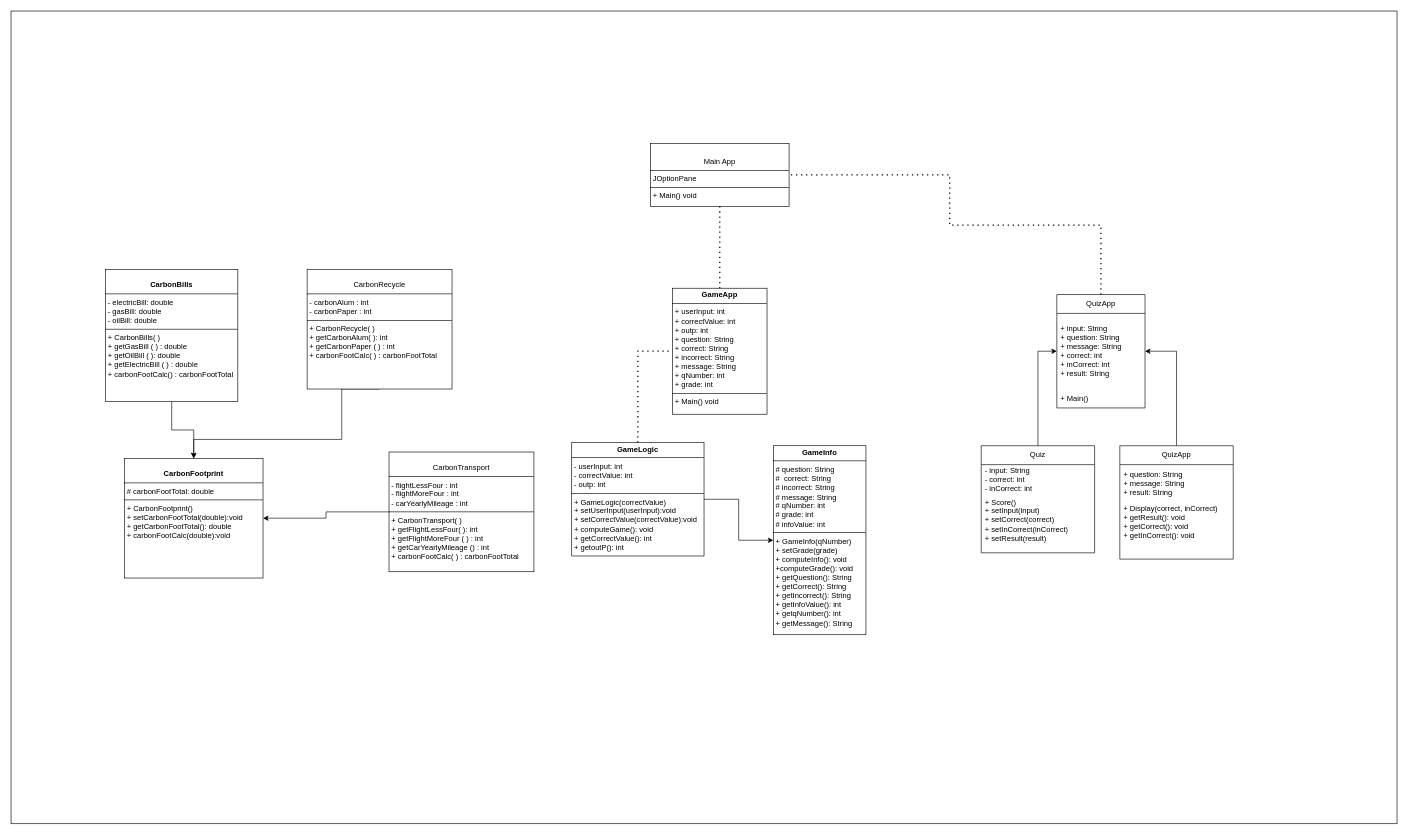
Before: ClassDiagram.drawio in JordanTheCodeless/OOP_SDG_CA, a draw.io diagram. Source tidied: cells renumbered, new cells numbered last; positions are measured from the earlier drawing's top-left corner, leaving out a move shared by most shapes. Both pictures are drawn from the tidied source at 63%, with x=0, y=0 at pixel (11, 11).
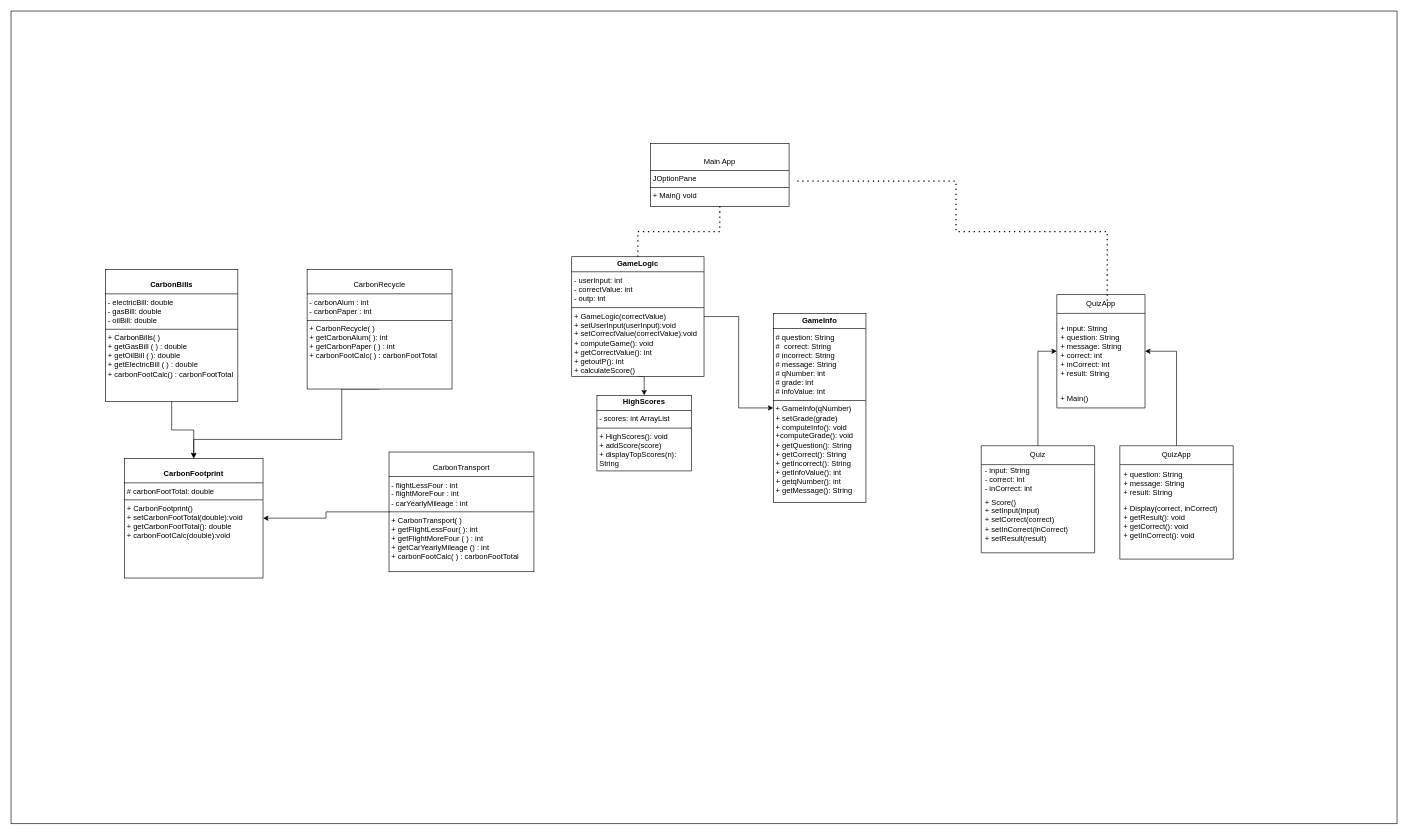
After the change.

Commit message:
Added third class to game

The change refers to these unchanged cells:
```xml
<mxCell id="11" value="&lt;div&gt;QuizApp&lt;/div&gt;" style="swimlane;fontStyle=0;horizontal=1;startSize=30;whiteSpace=wrap;html=1;" parent="1" vertex="1">
  <mxGeometry x="1660" y="450" width="140" height="180" as="geometry" />
</mxCell>
<mxCell id="24" value="&lt;p style=&quot;margin:0px;margin-top:4px;text-align:center;&quot;&gt;&lt;br&gt;&lt;/p&gt;&lt;p style=&quot;margin:0px;margin-top:4px;text-align:center;&quot;&gt;Main App&lt;/p&gt;&lt;hr size=&quot;1&quot; style=&quot;border-style:solid;&quot;&gt;&lt;p style=&quot;margin:0px;margin-left:4px;&quot;&gt;JOptionPane&lt;/p&gt;&lt;hr size=&quot;1&quot; style=&quot;border-style:solid;&quot;&gt;&lt;p style=&quot;margin:0px;margin-left:4px;&quot;&gt;+ Main() void&lt;/p&gt;" style="verticalAlign=top;align=left;overflow=fill;html=1;whiteSpace=wrap;" parent="1" vertex="1">
  <mxGeometry x="1015" y="210" width="220" height="100" as="geometry" />
</mxCell>
```

The edit, as a diff of the source:
```diff
@@
-    <mxCell id="6" value="&lt;p style=&quot;margin:0px;margin-top:4px;text-align:center;&quot;&gt;&lt;b&gt;GameApp&lt;/b&gt;&lt;/p&gt;&lt;hr size=&quot;1&quot; style=&quot;border-style:solid;&quot;&gt;&lt;p style=&quot;margin:0px;margin-left:4px;&quot;&gt;+ userInput: int&lt;/p&gt;&lt;p style=&quot;margin:0px;margin-left:4px;&quot;&gt;+ correctValue: int&lt;/p&gt;&lt;p style=&quot;margin:0px;margin-left:4px;&quot;&gt;+ outp: int&lt;/p&gt;&lt;p style=&quot;margin:0px;margin-left:4px;&quot;&gt;+ question: String&amp;nbsp;&lt;/p&gt;&lt;p style=&quot;margin:0px;margin-left:4px;&quot;&gt;+ correct: String&amp;nbsp;&lt;/p&gt;&lt;p style=&quot;margin:0px;margin-left:4px;&quot;&gt;+ incorrect: String&lt;/p&gt;&lt;p style=&quot;margin:0px;margin-left:4px;&quot;&gt;+ message: String&lt;/p&gt;&lt;p style=&quot;margin:0px;margin-left:4px;&quot;&gt;+ qNumber: int&lt;/p&gt;&lt;p style=&quot;margin:0px;margin-left:4px;&quot;&gt;+ grade: int&lt;/p&gt;&lt;hr size=&quot;1&quot; style=&quot;border-style:solid;&quot;&gt;&lt;p style=&quot;margin:0px;margin-left:4px;&quot;&gt;+ Main() void&lt;/p&gt;" style="verticalAlign=top;align=left;overflow=fill;html=1;whiteSpace=wrap;" parent="1" vertex="1">
-      <mxGeometry x="1050" y="440" width="150" height="200" as="geometry" />
+    <mxCell id="6" value="&lt;p style=&quot;margin:0px;margin-top:4px;text-align:center;&quot;&gt;&lt;b&gt;HighScores&lt;/b&gt;&lt;/p&gt;&lt;hr size=&quot;1&quot; style=&quot;border-style:solid;&quot;&gt;&lt;p style=&quot;margin:0px;margin-left:4px;&quot;&gt;- scores: int ArrayList&amp;nbsp;&lt;/p&gt;&lt;hr size=&quot;1&quot; style=&quot;border-style:solid;&quot;&gt;&lt;p style=&quot;margin:0px;margin-left:4px;&quot;&gt;+ HighScores(): void&lt;/p&gt;&lt;p style=&quot;margin:0px;margin-left:4px;&quot;&gt;+ addScore(score)&lt;/p&gt;&lt;p style=&quot;margin:0px;margin-left:4px;&quot;&gt;+ displayTopScores(n): String&lt;/p&gt;" style="verticalAlign=top;align=left;overflow=fill;html=1;whiteSpace=wrap;" parent="1" vertex="1">
+      <mxGeometry x="930" y="610" width="150" height="120" as="geometry" />
     </mxCell>
@@
+    <mxCell id="26" style="edgeStyle=orthogonalEdgeStyle;rounded=0;jettySize=auto;html=1;exitX=0.5;exitY=1;exitDx=0;exitDy=0;entryX=0.5;entryY=0;entryDx=0;entryDy=0;" parent="1" edge="1" source="8" target="6">
+      <mxGeometry relative="1" as="geometry" />
+    </mxCell>
-    <mxCell id="8" value="&lt;p style=&quot;margin:0px;margin-top:4px;text-align:center;&quot;&gt;&lt;b&gt;GameLogic&lt;/b&gt;&lt;/p&gt;&lt;hr size=&quot;1&quot; style=&quot;border-style:solid;&quot;&gt;&lt;p style=&quot;margin: 0px 0px 0px 4px;&quot;&gt;- userInput: int&lt;/p&gt;&lt;p style=&quot;margin: 0px 0px 0px 4px;&quot;&gt;- correctValue: int&lt;/p&gt;&lt;p style=&quot;margin: 0px 0px 0px 4px;&quot;&gt;- outp: int&lt;/p&gt;&lt;hr size=&quot;1&quot; style=&quot;border-style:solid;&quot;&gt;&lt;p style=&quot;margin:0px;margin-left:4px;&quot;&gt;+ GameLogic(correctValue)&lt;/p&gt;&lt;p style=&quot;margin:0px;margin-left:4px;&quot;&gt;+ setUserInput(userInput):void&lt;/p&gt;&lt;p style=&quot;margin:0px;margin-left:4px;&quot;&gt;+ setCorrectValue(correctValue):void&lt;/p&gt;&lt;p style=&quot;margin:0px;margin-left:4px;&quot;&gt;+ computeGame(): void&lt;/p&gt;&lt;p style=&quot;margin:0px;margin-left:4px;&quot;&gt;+ getCorrectValue(): int&lt;/p&gt;&lt;p style=&quot;margin:0px;margin-left:4px;&quot;&gt;+ getoutP(): int&lt;/p&gt;" style="verticalAlign=top;align=left;overflow=fill;html=1;whiteSpace=wrap;" parent="1" vertex="1">
-      <mxGeometry x="890" y="685" width="210" height="180" as="geometry" />
+    <mxCell id="8" value="&lt;p style=&quot;margin:0px;margin-top:4px;text-align:center;&quot;&gt;&lt;b&gt;GameLogic&lt;/b&gt;&lt;/p&gt;&lt;hr size=&quot;1&quot; style=&quot;border-style:solid;&quot;&gt;&lt;p style=&quot;margin: 0px 0px 0px 4px;&quot;&gt;- userInput: int&lt;/p&gt;&lt;p style=&quot;margin: 0px 0px 0px 4px;&quot;&gt;- correctValue: int&lt;/p&gt;&lt;p style=&quot;margin: 0px 0px 0px 4px;&quot;&gt;- outp: int&lt;/p&gt;&lt;hr size=&quot;1&quot; style=&quot;border-style:solid;&quot;&gt;&lt;p style=&quot;margin:0px;margin-left:4px;&quot;&gt;+ GameLogic(correctValue)&lt;/p&gt;&lt;p style=&quot;margin:0px;margin-left:4px;&quot;&gt;+ setUserInput(userInput):void&lt;/p&gt;&lt;p style=&quot;margin:0px;margin-left:4px;&quot;&gt;+ setCorrectValue(correctValue):void&lt;/p&gt;&lt;p style=&quot;margin:0px;margin-left:4px;&quot;&gt;+ computeGame(): void&lt;/p&gt;&lt;p style=&quot;margin:0px;margin-left:4px;&quot;&gt;+ getCorrectValue(): int&lt;/p&gt;&lt;p style=&quot;margin:0px;margin-left:4px;&quot;&gt;+ getoutP(): int&lt;/p&gt;&lt;p style=&quot;margin:0px;margin-left:4px;&quot;&gt;+ calculateScore()&lt;/p&gt;" style="verticalAlign=top;align=left;overflow=fill;html=1;whiteSpace=wrap;" parent="1" vertex="1">
+      <mxGeometry x="890" y="390" width="210" height="190" as="geometry" />
     </mxCell>
@@
     <mxCell id="10" value="&lt;p style=&quot;margin:0px;margin-top:4px;text-align:center;&quot;&gt;&lt;b&gt;GameInfo&lt;/b&gt;&lt;/p&gt;&lt;hr size=&quot;1&quot; style=&quot;border-style:solid;&quot;&gt;&lt;p style=&quot;margin:0px;margin-left:4px;&quot;&gt;&lt;span style=&quot;background-color: initial;&quot;&gt;# question: String&amp;nbsp;&lt;/span&gt;&lt;br&gt;&lt;/p&gt;&lt;p style=&quot;margin:0px;margin-left:4px;&quot;&gt;#&amp;nbsp; correct: String&amp;nbsp;&lt;/p&gt;&lt;p style=&quot;margin:0px;margin-left:4px;&quot;&gt;# incorrect: String&lt;/p&gt;&lt;p style=&quot;margin:0px;margin-left:4px;&quot;&gt;# message: String&lt;/p&gt;&lt;p style=&quot;margin:0px;margin-left:4px;&quot;&gt;&lt;span style=&quot;background-color: initial;&quot;&gt;# qNumber: int&lt;/span&gt;&lt;/p&gt;&lt;p style=&quot;margin:0px;margin-left:4px;&quot;&gt;# grade: int&lt;/p&gt;&lt;p style=&quot;margin:0px;margin-left:4px;&quot;&gt;# infoValue: int&lt;/p&gt;&lt;hr size=&quot;1&quot; style=&quot;border-style:solid;&quot;&gt;&lt;p style=&quot;margin:0px;margin-left:4px;&quot;&gt;+ GameInfo(qNumber)&lt;/p&gt;&lt;p style=&quot;margin:0px;margin-left:4px;&quot;&gt;+ setGrade(grade)&lt;/p&gt;&lt;p style=&quot;margin:0px;margin-left:4px;&quot;&gt;+ computeInfo(): void&lt;/p&gt;&lt;p style=&quot;margin:0px;margin-left:4px;&quot;&gt;+computeGrade(): void&lt;/p&gt;&lt;p style=&quot;margin:0px;margin-left:4px;&quot;&gt;+ getQuestion(): String&lt;/p&gt;&lt;p style=&quot;margin:0px;margin-left:4px;&quot;&gt;+ getCorrect(): String&lt;/p&gt;&lt;p style=&quot;margin:0px;margin-left:4px;&quot;&gt;+ getIncorrect(): String&lt;/p&gt;&lt;p style=&quot;margin:0px;margin-left:4px;&quot;&gt;+ getInfoValue(): int&lt;/p&gt;&lt;p style=&quot;margin:0px;margin-left:4px;&quot;&gt;+ getqNumber(): int&lt;/p&gt;&lt;p style=&quot;margin:0px;margin-left:4px;&quot;&gt;+ getMessage(): String&lt;/p&gt;" style="verticalAlign=top;align=left;overflow=fill;html=1;whiteSpace=wrap;" parent="1" vertex="1">
-      <mxGeometry x="1210" y="690" width="147" height="300" as="geometry" />
+      <mxGeometry x="1210" y="480" width="147" height="300" as="geometry" />
     </mxCell>
@@
-    <mxCell id="25" style="endArrow=none;dashed=1;html=1;dashPattern=1 3;strokeWidth=2;rounded=0;entryX=0.5;entryY=1;entryDx=0;entryDy=0;exitX=0.5;exitY=0;exitDx=0;exitDy=0;edgeStyle=orthogonalEdgeStyle;" parent="1" edge="1" source="6" target="24">
-      <mxGeometry relative="1" as="geometry">
-        <Array as="points">
-          <mxPoint x="1125" y="400" />
-          <mxPoint x="1125" y="400" />
-        </Array>
-      </mxGeometry>
-    </mxCell>
-    <mxCell id="26" style="endArrow=none;dashed=1;html=1;dashPattern=1 3;strokeWidth=2;rounded=0;entryX=0;entryY=0.5;entryDx=0;entryDy=0;exitX=0.5;exitY=0;exitDx=0;exitDy=0;edgeStyle=orthogonalEdgeStyle;" parent="1" edge="1" source="8" target="6">
-      <mxGeometry relative="1" as="geometry">
-        <Array as="points">
-          <mxPoint x="995" y="540" />
-        </Array>
-      </mxGeometry>
-    </mxCell>
-    <mxCell id="27" style="endArrow=none;dashed=1;html=1;dashPattern=1 3;strokeWidth=2;rounded=0;entryX=1;entryY=0.5;entryDx=0;entryDy=0;exitX=0.5;exitY=0;exitDx=0;exitDy=0;edgeStyle=orthogonalEdgeStyle;" parent="1" edge="1" source="11" target="24">
+    <mxCell id="27" style="endArrow=none;dashed=1;html=1;dashPattern=1 3;strokeWidth=2;rounded=0;entryX=0.5;entryY=1;entryDx=0;entryDy=0;exitX=0.5;exitY=0;exitDx=0;exitDy=0;edgeStyle=orthogonalEdgeStyle;" parent="1" edge="1" source="8" target="24">
       <mxGeometry relative="1" as="geometry">
         <Array as="points">
-          <mxPoint x="1730" y="340" />
-          <mxPoint x="1490" y="340" />
-          <mxPoint x="1490" y="260" />
+          <mxPoint x="995" y="350" />
+          <mxPoint x="1125" y="350" />
         </Array>
       </mxGeometry>
     </mxCell>
@@
+    <mxCell id="30" style="endArrow=none;dashed=1;html=1;dashPattern=1 3;strokeWidth=2;rounded=0;entryX=1;entryY=0.5;entryDx=0;entryDy=0;exitX=0.5;exitY=0;exitDx=0;exitDy=0;edgeStyle=orthogonalEdgeStyle;" parent="1" edge="1">
+      <mxGeometry relative="1" as="geometry">
+        <mxPoint x="1740" y="460" as="sourcePoint" />
+        <mxPoint x="1245" y="270" as="targetPoint" />
+        <Array as="points">
+          <mxPoint x="1740" y="350" />
+          <mxPoint x="1500" y="350" />
+          <mxPoint x="1500" y="270" />
+        </Array>
+      </mxGeometry>
+    </mxCell>
```
